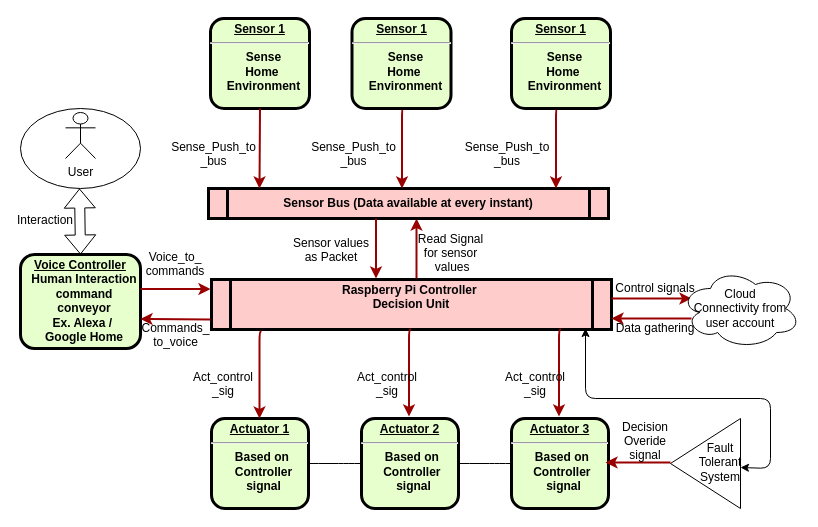
Earlier version of the draw.io diagram Home_Architecture.drawio (SandeshKa07/SmartCitiesProject). Source tidied: cells renumbered, new cells numbered last; positions are measured from the earlier drawing's top-left corner, leaving out a move shared by most shapes. Both pictures are drawn from the tidied source at 100%, with x=0, y=0 at pixel (20, 18).
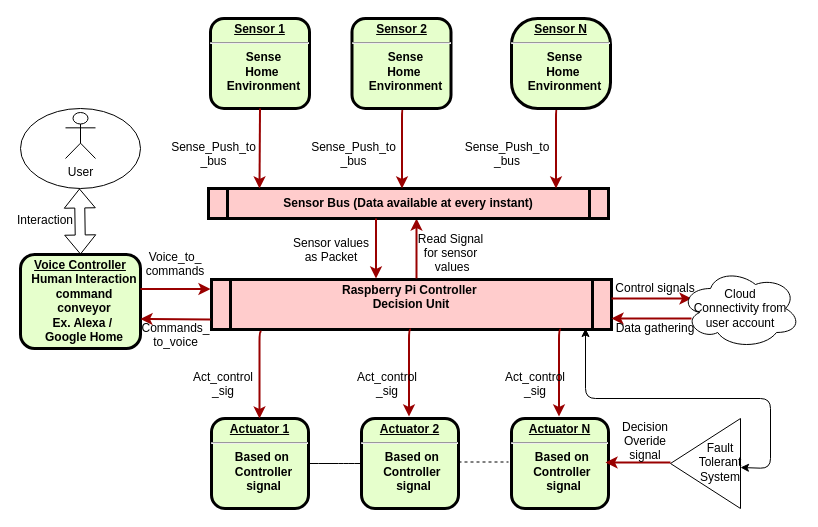
The same page after the edit.

Commit message:
Modified Home Architecutre

Diff of the diagram source:
```diff
@@
-    <mxCell id="29" value="&lt;p style=&quot;margin: 0px ; margin-top: 4px ; text-align: center ; text-decoration: underline&quot;&gt;&lt;strong&gt;Actuator 3&lt;/strong&gt;&lt;/p&gt;&lt;hr&gt;&lt;p style=&quot;margin: 0px ; margin-left: 8px&quot;&gt;Based on&amp;nbsp;&lt;/p&gt;&lt;p style=&quot;margin: 0px ; margin-left: 8px&quot;&gt;Controller&amp;nbsp;&lt;/p&gt;&lt;p style=&quot;margin: 0px ; margin-left: 8px&quot;&gt;signal&lt;/p&gt;" style="verticalAlign=middle;align=center;overflow=fill;fontSize=12;fontFamily=Helvetica;html=1;rounded=1;fontStyle=1;strokeWidth=3;fillColor=#E6FFCC;" parent="1" vertex="1">
+    <mxCell id="29" value="&lt;p style=&quot;margin: 0px ; margin-top: 4px ; text-align: center ; text-decoration: underline&quot;&gt;&lt;strong&gt;Actuator N&lt;/strong&gt;&lt;/p&gt;&lt;hr&gt;&lt;p style=&quot;margin: 0px ; margin-left: 8px&quot;&gt;Based on&amp;nbsp;&lt;/p&gt;&lt;p style=&quot;margin: 0px ; margin-left: 8px&quot;&gt;Controller&amp;nbsp;&lt;/p&gt;&lt;p style=&quot;margin: 0px ; margin-left: 8px&quot;&gt;signal&lt;/p&gt;" style="verticalAlign=middle;align=center;overflow=fill;fontSize=12;fontFamily=Helvetica;html=1;rounded=1;fontStyle=1;strokeWidth=3;fillColor=#E6FFCC;" parent="1" vertex="1">
       <mxGeometry x="491" y="400" width="97" height="90" as="geometry" />
     </mxCell>
@@
-    <mxCell id="40" style="endArrow=none;html=1;" parent="1" edge="1">
-      <mxGeometry relative="1" as="geometry">
-        <mxPoint x="439" y="445" as="sourcePoint" />
-        <mxPoint x="491" y="445" as="targetPoint" />
-        <Array as="points">
-          <mxPoint x="459" y="445" />
-          <mxPoint x="479" y="445" />
-        </Array>
-      </mxGeometry>
-    </mxCell>
@@
-    <mxCell id="45" value="&lt;p style=&quot;margin: 0px ; margin-top: 4px ; text-align: center ; text-decoration: underline&quot;&gt;&lt;strong&gt;Sensor 1&lt;/strong&gt;&lt;/p&gt;&lt;hr&gt;&lt;p style=&quot;margin: 0px ; margin-left: 8px&quot;&gt;Sense&lt;/p&gt;&lt;p style=&quot;margin: 0px ; margin-left: 8px&quot;&gt;Home&amp;nbsp;&lt;/p&gt;&lt;p style=&quot;margin: 0px ; margin-left: 8px&quot;&gt;Environment&lt;/p&gt;" style="verticalAlign=middle;align=center;overflow=fill;fontSize=12;fontFamily=Helvetica;html=1;rounded=1;fontStyle=1;strokeWidth=3;fillColor=#E6FFCC;" parent="1" vertex="1">
+    <mxCell id="45" value="&lt;p style=&quot;margin: 0px ; margin-top: 4px ; text-align: center ; text-decoration: underline&quot;&gt;&lt;strong&gt;Sensor 2&lt;/strong&gt;&lt;/p&gt;&lt;hr&gt;&lt;p style=&quot;margin: 0px ; margin-left: 8px&quot;&gt;Sense&lt;/p&gt;&lt;p style=&quot;margin: 0px ; margin-left: 8px&quot;&gt;Home&amp;nbsp;&lt;/p&gt;&lt;p style=&quot;margin: 0px ; margin-left: 8px&quot;&gt;Environment&lt;/p&gt;" style="verticalAlign=middle;align=center;overflow=fill;fontSize=12;fontFamily=Helvetica;html=1;rounded=1;fontStyle=1;strokeWidth=3;fillColor=#E6FFCC;" parent="1" vertex="1">
       <mxGeometry x="331.5" width="99" height="90" as="geometry" />
     </mxCell>
-    <mxCell id="46" value="&lt;p style=&quot;margin: 0px ; margin-top: 4px ; text-align: center ; text-decoration: underline&quot;&gt;&lt;strong&gt;Sensor 1&lt;/strong&gt;&lt;/p&gt;&lt;hr&gt;&lt;p style=&quot;margin: 0px ; margin-left: 8px&quot;&gt;Sense&lt;/p&gt;&lt;p style=&quot;margin: 0px ; margin-left: 8px&quot;&gt;Home&amp;nbsp;&lt;/p&gt;&lt;p style=&quot;margin: 0px ; margin-left: 8px&quot;&gt;Environment&lt;/p&gt;" style="verticalAlign=middle;align=center;overflow=fill;fontSize=12;fontFamily=Helvetica;html=1;rounded=1;fontStyle=1;strokeWidth=3;fillColor=#E6FFCC;" parent="1" vertex="1">
+    <mxCell id="46" value="&lt;p style=&quot;margin: 0px ; margin-top: 4px ; text-align: center ; text-decoration: underline&quot;&gt;&lt;strong&gt;Sensor N&lt;/strong&gt;&lt;/p&gt;&lt;hr&gt;&lt;p style=&quot;margin: 0px ; margin-left: 8px&quot;&gt;Sense&lt;/p&gt;&lt;p style=&quot;margin: 0px ; margin-left: 8px&quot;&gt;Home&amp;nbsp;&lt;/p&gt;&lt;p style=&quot;margin: 0px ; margin-left: 8px&quot;&gt;Environment&lt;/p&gt;" style="verticalAlign=middle;align=center;overflow=fill;fontSize=12;fontFamily=Helvetica;html=1;rounded=1;fontStyle=1;strokeWidth=3;fillColor=#E6FFCC;arcSize=29;" parent="1" vertex="1">
       <mxGeometry x="491" width="99" height="90" as="geometry" />
     </mxCell>
+    <mxCell id="47" style="endArrow=none;dashed=1;html=1;" parent="1" edge="1">
+      <mxGeometry relative="1" as="geometry">
+        <mxPoint x="438" y="443.5" as="sourcePoint" />
+        <mxPoint x="488" y="443.5" as="targetPoint" />
+      </mxGeometry>
+    </mxCell>
```
